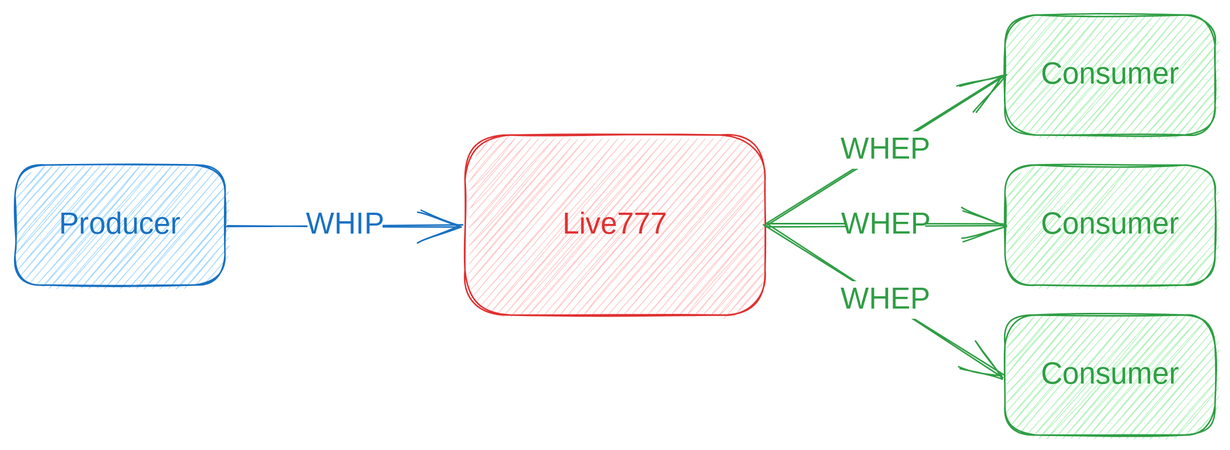
Before: docs/live777-arch.excalidraw.svg, a diagram exported from Excalidraw (binbat/live777). Source tidied: one line per element, renumbered; positions are measured from the earlier drawing's top-left corner, leaving out a move shared by most shapes.
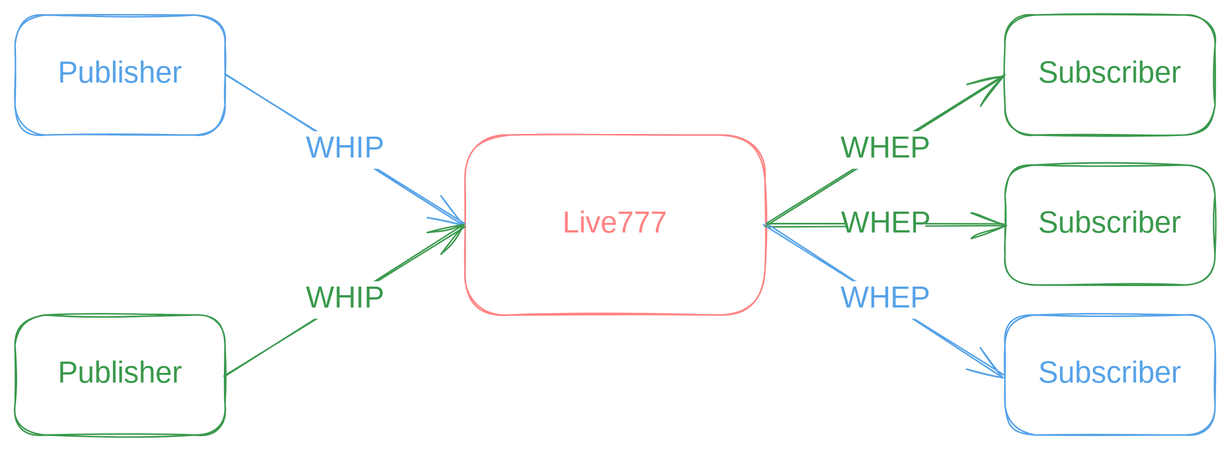
Above is the later version.

The edit, as a diff of the source:
```diff
@@ -1,18 +1,22 @@
-{"id": 0, "type": "rectangle", "strokeColor": "#e03131", "backgroundColor": "#ffc9c9", "fillStyle": "hachure", "strokeWidth": 1, "roughness": 1, "round": true, "x": 300, "y": 80, "width": 200, "height": 120}
+{"id": 0, "type": "rectangle", "strokeColor": "#e03131", "strokeWidth": 1, "roughness": 1, "round": true, "x": 300, "y": 80, "width": 200, "height": 120}
 {"id": 1, "type": "text", "text": "Live777", "strokeColor": "#e03131", "backgroundColor": "#ffc9c9", "fillStyle": "hachure", "strokeWidth": 1, "roughness": 1, "fontSize": 20, "fontFamily": 1, "textAlign": "center", "verticalAlign": "middle", "inside": 0, "x": 365, "y": 128, "width": 70, "height": 25}
-{"id": 2, "type": "rectangle", "strokeColor": "#1971c2", "backgroundColor": "#a5d8ff", "fillStyle": "hachure", "strokeWidth": 1, "roughness": 1, "round": true, "x": 0, "y": 100, "width": 140, "height": 80}
-{"id": 3, "type": "text", "text": "Producer", "strokeColor": "#1971c2", "backgroundColor": "#a5d8ff", "fillStyle": "hachure", "strokeWidth": 1, "roughness": 1, "fontSize": 20, "fontFamily": 1, "textAlign": "center", "verticalAlign": "middle", "inside": 2, "x": 27, "y": 128, "width": 85, "height": 25}
-{"id": 4, "type": "rectangle", "strokeColor": "#2f9e44", "backgroundColor": "#b2f2bb", "fillStyle": "hachure", "strokeWidth": 1, "roughness": 1, "round": true, "x": 660, "y": 100, "width": 140, "height": 80}
+{"id": 4, "type": "rectangle", "strokeColor": "#2f9e44", "strokeWidth": 1, "roughness": 1, "round": true, "x": 660, "y": 100, "width": 140, "height": 80}
-{"id": 5, "type": "text", "text": "Consumer", "strokeColor": "#2f9e44", "backgroundColor": "#a5d8ff", "fillStyle": "hachure", "strokeWidth": 1, "roughness": 1, "fontSize": 20, "fontFamily": 1, "textAlign": "center", "verticalAlign": "middle", "inside": 4, "x": 686, "y": 128, "width": 88, "height": 25}
+{"id": 5, "type": "text", "text": "Subscriber", "strokeColor": "#2f9e44", "backgroundColor": "#a5d8ff", "fillStyle": "hachure", "strokeWidth": 1, "roughness": 1, "fontSize": 20, "fontFamily": 1, "textAlign": "center", "verticalAlign": "middle", "inside": 4, "x": 681, "y": 128, "width": 97, "height": 25}
-{"id": 6, "type": "arrow", "strokeColor": "#1971c2", "backgroundColor": "#b2f2bb", "fillStyle": "hachure", "strokeWidth": 1, "roughness": 1, "endArrowhead": "arrow", "round": true, "from": 2, "to": 0, "x": 141, "y": 140, "width": 158, "height": 0, "points": [[0, 0], [158, 0]]}
-{"id": 7, "type": "text", "text": "WHIP", "strokeColor": "#1971c2", "backgroundColor": "#b2f2bb", "fillStyle": "hachure", "strokeWidth": 1, "roughness": 1, "fontSize": 20, "fontFamily": 1, "textAlign": "center", "verticalAlign": "middle", "inside": 6, "x": 225, "y": 128, "width": 50, "height": 25}
 {"id": 8, "type": "arrow", "strokeColor": "#2f9e44", "backgroundColor": "#b2f2bb", "fillStyle": "hachure", "strokeWidth": 1, "roughness": 1, "endArrowhead": "arrow", "round": true, "from": 0, "to": 4, "x": 501, "y": 140, "width": 159, "height": 0, "points": [[0, 0], [159, 0]]}
 {"id": 9, "type": "text", "text": "WHEP", "strokeColor": "#2f9e44", "backgroundColor": "#b2f2bb", "fillStyle": "hachure", "strokeWidth": 1, "roughness": 1, "fontSize": 20, "fontFamily": 1, "textAlign": "center", "verticalAlign": "middle", "inside": 8, "x": 524, "y": 128, "width": 53, "height": 25}
-{"id": 10, "type": "rectangle", "strokeColor": "#2f9e44", "backgroundColor": "#b2f2bb", "fillStyle": "hachure", "strokeWidth": 1, "roughness": 1, "round": true, "x": 660, "y": 0, "width": 140, "height": 80}
+{"id": 10, "type": "rectangle", "strokeColor": "#2f9e44", "strokeWidth": 1, "roughness": 1, "round": true, "x": 660, "y": 0, "width": 140, "height": 80}
-{"id": 11, "type": "text", "text": "Consumer", "strokeColor": "#2f9e44", "backgroundColor": "#a5d8ff", "fillStyle": "hachure", "strokeWidth": 1, "roughness": 1, "fontSize": 20, "fontFamily": 1, "textAlign": "center", "verticalAlign": "middle", "inside": 10, "x": 686, "y": 28, "width": 88, "height": 25}
+{"id": 11, "type": "text", "text": "Subscriber", "strokeColor": "#2f9e44", "backgroundColor": "#a5d8ff", "fillStyle": "hachure", "strokeWidth": 1, "roughness": 1, "fontSize": 20, "fontFamily": 1, "textAlign": "center", "verticalAlign": "middle", "inside": 10, "x": 681, "y": 28, "width": 97, "height": 25}
-{"id": 12, "type": "rectangle", "strokeColor": "#2f9e44", "backgroundColor": "#b2f2bb", "fillStyle": "hachure", "strokeWidth": 1, "roughness": 1, "round": true, "x": 660, "y": 200, "width": 140, "height": 80}
+{"id": 12, "type": "rectangle", "strokeColor": "#1971c2", "strokeWidth": 1, "roughness": 1, "round": true, "x": 660, "y": 200, "width": 140, "height": 80}
-{"id": 13, "type": "text", "text": "Consumer", "strokeColor": "#2f9e44", "backgroundColor": "#a5d8ff", "fillStyle": "hachure", "strokeWidth": 1, "roughness": 1, "fontSize": 20, "fontFamily": 1, "textAlign": "center", "verticalAlign": "middle", "inside": 12, "x": 686, "y": 228, "width": 88, "height": 25}
+{"id": 13, "type": "text", "text": "Subscriber", "strokeColor": "#1971c2", "backgroundColor": "#a5d8ff", "fillStyle": "hachure", "strokeWidth": 1, "roughness": 1, "fontSize": 20, "fontFamily": 1, "textAlign": "center", "verticalAlign": "middle", "inside": 12, "x": 681, "y": 228, "width": 97, "height": 25}
-{"id": 14, "type": "arrow", "strokeColor": "#2f9e44", "backgroundColor": "#b2f2bb", "fillStyle": "hachure", "strokeWidth": 1, "roughness": 1, "endArrowhead": "arrow", "round": true, "from": 0, "to": 12, "x": 500, "y": 140, "width": 160, "height": 100, "points": [[0, 0], [160, 100]]}
+{"id": 14, "type": "arrow", "strokeColor": "#1971c2", "backgroundColor": "#b2f2bb", "fillStyle": "hachure", "strokeWidth": 1, "roughness": 1, "endArrowhead": "arrow", "round": true, "from": 0, "to": 12, "x": 500, "y": 140, "width": 160, "height": 100, "points": [[0, 0], [160, 100]]}
-{"id": 15, "type": "text", "text": "WHEP", "strokeColor": "#2f9e44", "backgroundColor": "#b2f2bb", "fillStyle": "hachure", "strokeWidth": 1, "roughness": 1, "fontSize": 20, "fontFamily": 1, "textAlign": "center", "verticalAlign": "middle", "inside": 14, "x": 525, "y": 160, "width": 53, "height": 25}
+{"id": 15, "type": "text", "text": "WHEP", "strokeColor": "#1971c2", "backgroundColor": "#b2f2bb", "fillStyle": "hachure", "strokeWidth": 1, "roughness": 1, "fontSize": 20, "fontFamily": 1, "textAlign": "center", "verticalAlign": "middle", "inside": 14, "x": 525, "y": 160, "width": 53, "height": 25}
 {"id": 16, "type": "arrow", "strokeColor": "#2f9e44", "backgroundColor": "#b2f2bb", "fillStyle": "hachure", "strokeWidth": 1, "roughness": 1, "endArrowhead": "arrow", "round": true, "from": 0, "to": 10, "x": 500, "y": 140, "width": 160, "height": 100, "points": [[0, 0], [160, -100]]}
 {"id": 17, "type": "text", "text": "WHEP", "strokeColor": "#2f9e44", "backgroundColor": "#b2f2bb", "fillStyle": "hachure", "strokeWidth": 1, "roughness": 1, "fontSize": 20, "fontFamily": 1, "textAlign": "center", "verticalAlign": "middle", "inside": 16, "x": 524, "y": 159, "width": 53, "height": 25}
+{"id": 18, "type": "rectangle", "strokeColor": "#1971c2", "strokeWidth": 1, "roughness": 1, "round": true, "x": 0, "y": 0, "width": 140, "height": 80}
+{"id": 19, "type": "text", "text": "Publisher", "strokeColor": "#1971c2", "backgroundColor": "#a5d8ff", "fillStyle": "hachure", "strokeWidth": 1, "roughness": 1, "fontSize": 20, "fontFamily": 1, "textAlign": "center", "verticalAlign": "middle", "inside": 18, "x": 28, "y": 28, "width": 85, "height": 25}
+{"id": 20, "type": "rectangle", "strokeColor": "#2f9e44", "strokeWidth": 1, "roughness": 1, "round": true, "x": 0, "y": 200, "width": 140, "height": 80}
+{"id": 21, "type": "text", "text": "Publisher", "strokeColor": "#2f9e44", "backgroundColor": "#a5d8ff", "fillStyle": "hachure", "strokeWidth": 1, "roughness": 1, "fontSize": 20, "fontFamily": 1, "textAlign": "center", "verticalAlign": "middle", "inside": 20, "x": 28, "y": 228, "width": 85, "height": 25}
+{"id": 22, "type": "arrow", "strokeColor": "#1971c2", "backgroundColor": "#b2f2bb", "fillStyle": "hachure", "strokeWidth": 1, "roughness": 1, "endArrowhead": "arrow", "round": true, "from": 18, "to": 0, "x": 140, "y": 40, "width": 160, "height": 100, "points": [[0, 0], [160, 100]]}
+{"id": 23, "type": "text", "text": "WHIP", "strokeColor": "#1971c2", "backgroundColor": "#b2f2bb", "fillStyle": "hachure", "strokeWidth": 1, "roughness": 1, "fontSize": 20, "fontFamily": 1, "textAlign": "center", "verticalAlign": "middle", "inside": 22, "x": 195, "y": 120, "width": 50, "height": 25}
+{"id": 24, "type": "arrow", "strokeColor": "#2f9e44", "backgroundColor": "#b2f2bb", "fillStyle": "hachure", "strokeWidth": 1, "roughness": 1, "endArrowhead": "arrow", "round": true, "from": 20, "to": 0, "x": 140, "y": 240, "width": 160, "height": 100, "points": [[0, 0], [160, -100]]}
+{"id": 25, "type": "text", "text": "WHIP", "strokeColor": "#2f9e44", "backgroundColor": "#b2f2bb", "fillStyle": "hachure", "strokeWidth": 1, "roughness": 1, "fontSize": 20, "fontFamily": 1, "textAlign": "center", "verticalAlign": "middle", "inside": 24, "x": 155, "y": 58, "width": 50, "height": 25}
```
